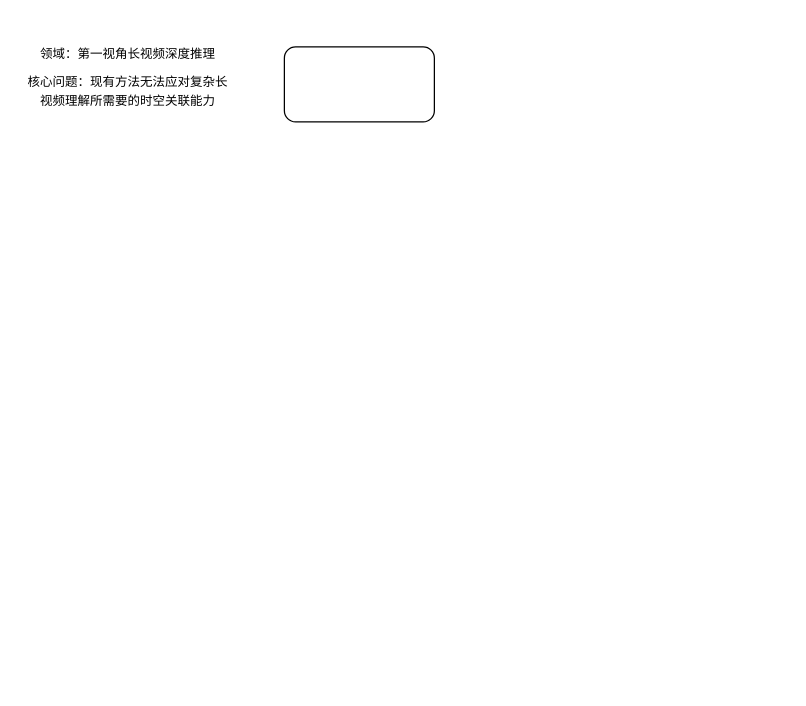
Above: EgoV.drawio in Xiaolong-RRL/Figures (draw.io), before the change. Source tidied: cells renumbered, new cells numbered last; positions are measured from the earlier drawing's top-left corner, leaving out a move shared by most shapes. Both pictures are drawn from the tidied source at 125%, with x=0, y=0 at pixel (21, 34).
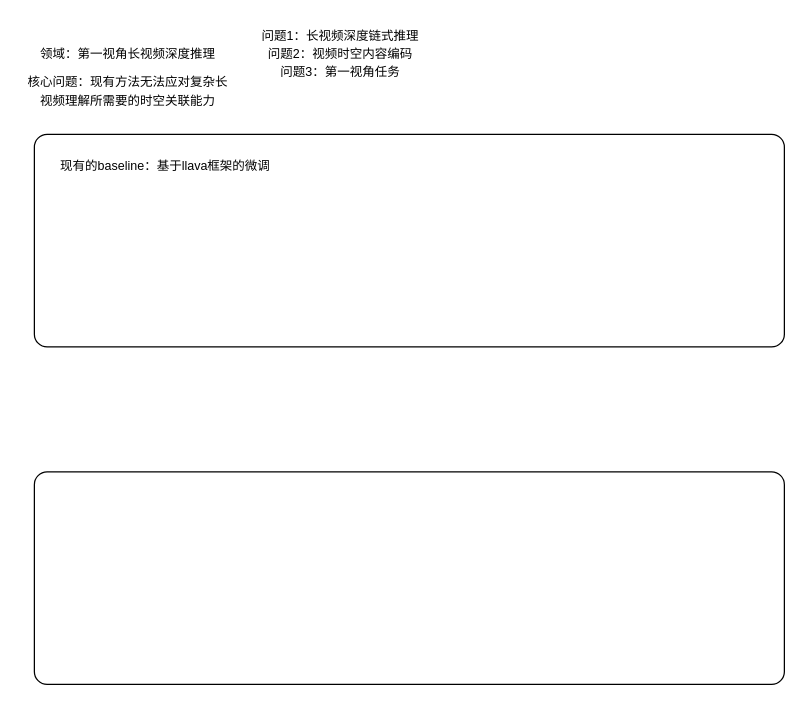
The same diagram, later.

What changed in the source:
```diff
@@
 <mxGraphModel>
   <root>
     <mxCell id="0" />
     <mxCell id="1" parent="0" />
     <mxCell id="2" value="&lt;font style=&quot;font-size: 10px;&quot;&gt;领域：第一视角长视频深度推理&lt;/font&gt;" style="text;html=1;align=center;verticalAlign=middle;whiteSpace=wrap;rounded=0;" parent="1" vertex="1">
       <mxGeometry width="170" height="30" as="geometry" />
     </mxCell>
     <mxCell id="3" value="&lt;font style=&quot;font-size: 10px;&quot;&gt;核心问题：现有方法无法应对复杂长视频理解所需要的时空关联能力&lt;/font&gt;" style="text;html=1;align=center;verticalAlign=middle;whiteSpace=wrap;rounded=0;" parent="1" vertex="1">
       <mxGeometry y="30" width="170" height="30" as="geometry" />
     </mxCell>
-    <mxCell id="4" style="rounded=1;whiteSpace=wrap;html=1;" parent="1" vertex="1">
-      <mxGeometry x="210" y="10" width="120" height="60" as="geometry" />
+    <mxCell id="4" style="rounded=1;whiteSpace=wrap;html=1;arcSize=6;" parent="1" vertex="1">
+      <mxGeometry x="10" y="80" width="600" height="170" as="geometry" />
     </mxCell>
+    <mxCell id="5" value="&lt;font style=&quot;font-size: 10px;&quot;&gt;现有的baseline：基于llava框架的微调&lt;/font&gt;" style="text;html=1;align=center;verticalAlign=middle;whiteSpace=wrap;rounded=0;" parent="1" vertex="1">
+      <mxGeometry x="30" y="90" width="170" height="30" as="geometry" />
+    </mxCell>
+    <mxCell id="6" style="rounded=1;whiteSpace=wrap;html=1;arcSize=6;" parent="1" vertex="1">
+      <mxGeometry x="10" y="350" width="600" height="170" as="geometry" />
+    </mxCell>
+    <mxCell id="7" value="&lt;font style=&quot;font-size: 10px;&quot;&gt;问题1：长视频深度链式推理&lt;/font&gt;&lt;div&gt;&lt;font style=&quot;font-size: 10px;&quot;&gt;问题2：视频&lt;/font&gt;&lt;span style=&quot;font-size: 10px; background-color: initial;&quot;&gt;时空&lt;/span&gt;&lt;span style=&quot;font-size: 10px; background-color: initial;&quot;&gt;内容编码&lt;/span&gt;&lt;/div&gt;&lt;div&gt;&lt;span style=&quot;font-size: 10px; background-color: initial;&quot;&gt;问题3：第一视角任务&lt;/span&gt;&lt;/div&gt;" style="text;html=1;align=center;verticalAlign=middle;whiteSpace=wrap;rounded=0;" parent="1" vertex="1">
+      <mxGeometry x="170" y="-10" width="170" height="50" as="geometry" />
+    </mxCell>
   </root>
 </mxGraphModel>
```
